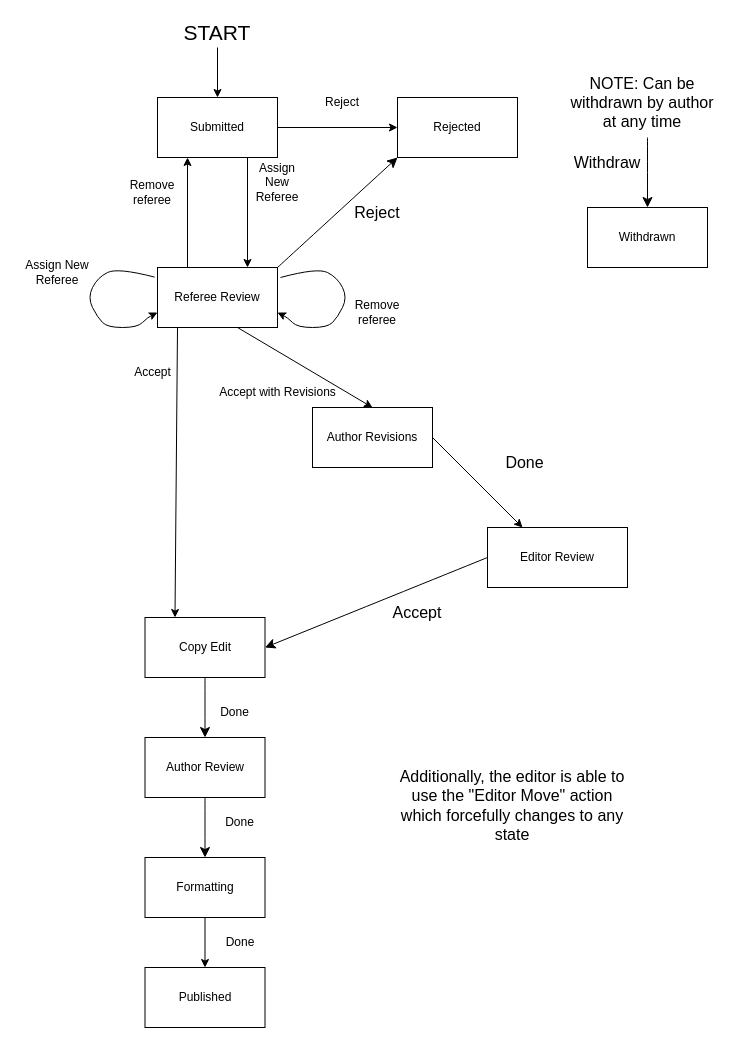
This is docs/Manuscript_FSM.drawio from AthenaKouKou/journal, a draw.io file, before an edit. Source tidied: cells renumbered, new cells numbered last; positions are measured from the earlier drawing's top-left corner, leaving out a move shared by most shapes. Both pictures are drawn from the tidied source at 100%, with x=0, y=0 at pixel (17, 17).
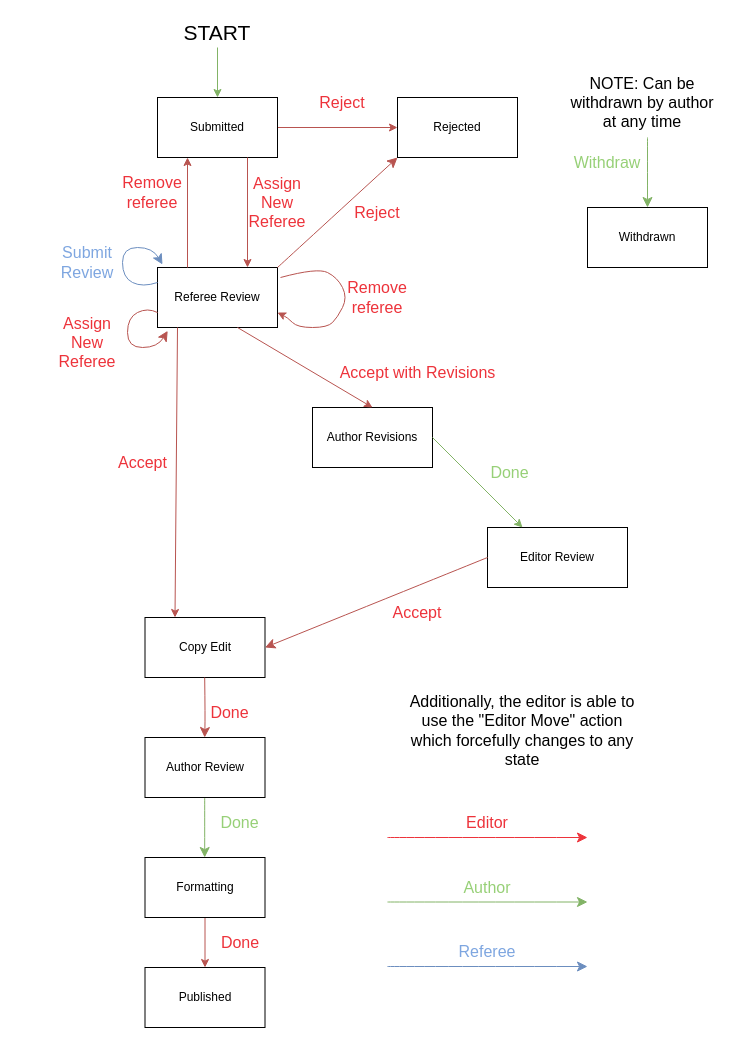
The same diagram, later.

The change refers to these unchanged cells:
```xml
<mxCell id="2" value="Referee Review" style="rounded=0;whiteSpace=wrap;html=1;" parent="1" vertex="1">
  <mxGeometry x="140" y="250" width="120" height="60" as="geometry" />
</mxCell>
<mxCell id="3" value="&lt;div&gt;Author Revisions&lt;/div&gt;" style="rounded=0;whiteSpace=wrap;html=1;" parent="1" vertex="1">
  <mxGeometry x="295" y="390" width="120" height="60" as="geometry" />
</mxCell>
<mxCell id="8" value="Editor Review" style="rounded=0;whiteSpace=wrap;html=1;" parent="1" vertex="1">
  <mxGeometry x="470" y="510" width="140" height="60" as="geometry" />
</mxCell>
<mxCell id="13" value="Submitted" style="rounded=0;whiteSpace=wrap;html=1;" parent="1" vertex="1">
  <mxGeometry x="140" y="80" width="120" height="60" as="geometry" />
</mxCell>
<mxCell id="14" value="Rejected" style="rounded=0;whiteSpace=wrap;html=1;" parent="1" vertex="1">
  <mxGeometry x="380" y="80" width="120" height="60" as="geometry" />
</mxCell>
<mxCell id="22" value="Copy Edit" style="rounded=0;whiteSpace=wrap;html=1;" parent="1" vertex="1">
  <mxGeometry x="127.5" y="600" width="120" height="60" as="geometry" />
</mxCell>
<mxCell id="24" value="Formatting" style="rounded=0;whiteSpace=wrap;html=1;" parent="1" vertex="1">
  <mxGeometry x="127.5" y="840" width="120" height="60" as="geometry" />
</mxCell>
<mxCell id="25" value="Published" style="rounded=0;whiteSpace=wrap;html=1;" parent="1" vertex="1">
  <mxGeometry x="127.5" y="950" width="120" height="60" as="geometry" />
</mxCell>
<mxCell id="42" value="Author Review" style="rounded=0;whiteSpace=wrap;html=1;" parent="1" vertex="1">
  <mxGeometry x="127.5" y="720" width="120" height="60" as="geometry" />
</mxCell>
```

The edit, as a diff of the source:
```diff
@@
-    <mxCell id="4" style="endArrow=classic;html=1;rounded=0;exitX=0.25;exitY=1;exitDx=0;exitDy=0;entryX=0.25;entryY=0;entryDx=0;entryDy=0;" parent="1" edge="1" target="22">
+    <mxCell id="4" style="endArrow=classic;html=1;rounded=0;exitX=0.25;exitY=1;exitDx=0;exitDy=0;entryX=0.25;entryY=0;entryDx=0;entryDy=0;fillColor=#f8cecc;strokeColor=#b85450;" parent="1" edge="1" target="22">
       <mxGeometry relative="1" as="geometry">
         <mxPoint x="160" y="310" as="sourcePoint" />
       </mxGeometry>
     </mxCell>
-    <mxCell id="5" style="endArrow=classic;html=1;rounded=0;entryX=0.5;entryY=0;entryDx=0;entryDy=0;exitX=0.75;exitY=1;exitDx=0;exitDy=0;" parent="1" edge="1" target="3">
+    <mxCell id="5" style="endArrow=classic;html=1;rounded=0;entryX=0.5;entryY=0;entryDx=0;entryDy=0;exitX=0.75;exitY=1;exitDx=0;exitDy=0;fillColor=#f8cecc;strokeColor=#b85450;" parent="1" edge="1" target="3">
       <mxGeometry relative="1" as="geometry">
         <mxPoint x="220" y="310" as="sourcePoint" />
       </mxGeometry>
     </mxCell>
-    <mxCell id="6" value="Accept with Revisions" style="text;html=1;align=center;verticalAlign=middle;strokeColor=none;fillColor=none;" parent="1" vertex="1">
-      <mxGeometry x="190" y="360" width="140" height="30" as="geometry" />
+    <mxCell id="6" value="Accept with Revisions" style="text;html=1;align=center;verticalAlign=middle;strokeColor=none;fillColor=none;fontSize=16;fontColor=#ED333B;" parent="1" vertex="1">
+      <mxGeometry x="310" y="340" width="180" height="30" as="geometry" />
     </mxCell>
-    <mxCell id="7" value="&lt;div&gt;Accept&lt;/div&gt;" style="text;html=1;align=center;verticalAlign=middle;strokeColor=none;fillColor=none;" parent="1" vertex="1">
-      <mxGeometry x="105" y="340" width="60" height="30" as="geometry" />
+    <mxCell id="7" value="&lt;div style=&quot;font-size: 16px;&quot;&gt;Accept&lt;/div&gt;" style="text;html=1;align=center;verticalAlign=middle;strokeColor=none;fillColor=none;fontSize=16;fontColor=#ED333B;" parent="1" vertex="1">
+      <mxGeometry x="90" y="430" width="70" height="30" as="geometry" />
     </mxCell>
@@
-    <mxCell id="9" style="endArrow=classic;html=1;rounded=0;entryX=0.25;entryY=0;entryDx=0;entryDy=0;exitX=1;exitY=0.5;exitDx=0;exitDy=0;" parent="1" edge="1" source="3" target="8">
+    <mxCell id="9" style="endArrow=classic;html=1;rounded=0;entryX=0.25;entryY=0;entryDx=0;entryDy=0;exitX=1;exitY=0.5;exitDx=0;exitDy=0;fillColor=#d5e8d4;strokeColor=#82b366;" parent="1" edge="1" source="3" target="8">
       <mxGeometry relative="1" as="geometry" />
     </mxCell>
-    <mxCell id="10" style="curved=1;endArrow=classic;html=1;rounded=0;exitX=-0.024;exitY=0.16;exitDx=0;exitDy=0;entryX=0;entryY=0.75;entryDx=0;entryDy=0;exitPerimeter=0;" parent="1" edge="1" source="2" target="2">
-      <mxGeometry relative="1" as="geometry">
-        <Array as="points">
-          <mxPoint x="100" y="250" />
-          <mxPoint x="80" y="260" />
-          <mxPoint x="70" y="280" />
-          <mxPoint x="80" y="300" />
-          <mxPoint x="90" y="310" />
-          <mxPoint x="120" y="310" />
-          <mxPoint x="130" y="300" />
-        </Array>
-      </mxGeometry>
-    </mxCell>
-    <mxCell id="11" value="Assign New Referee" style="text;html=1;align=center;verticalAlign=middle;whiteSpace=wrap;rounded=0;" parent="1" vertex="1">
-      <mxGeometry y="240" width="80" height="30" as="geometry" />
+    <mxCell id="11" value="Assign New Referee" style="text;html=1;align=center;verticalAlign=middle;whiteSpace=wrap;rounded=0;fontSize=16;fontColor=#ED333B;" parent="1" vertex="1">
+      <mxGeometry x="30" y="310" width="80" height="30" as="geometry" />
     </mxCell>
-    <mxCell id="12" style="edgeStyle=orthogonalEdgeStyle;rounded=0;jettySize=auto;html=1;entryX=0;entryY=0.5;entryDx=0;entryDy=0;" parent="1" edge="1" source="13" target="14">
+    <mxCell id="12" style="edgeStyle=orthogonalEdgeStyle;rounded=0;jettySize=auto;html=1;entryX=0;entryY=0.5;entryDx=0;entryDy=0;fillColor=#f8cecc;strokeColor=#b85450;" parent="1" edge="1" source="13" target="14">
       <mxGeometry relative="1" as="geometry" />
     </mxCell>
@@
-    <mxCell id="15" value="&lt;div&gt;Reject&lt;/div&gt;" style="text;html=1;align=center;verticalAlign=middle;whiteSpace=wrap;rounded=0;" parent="1" vertex="1">
+    <mxCell id="15" value="&lt;div style=&quot;font-size: 16px;&quot;&gt;Reject&lt;/div&gt;" style="text;html=1;align=center;verticalAlign=middle;whiteSpace=wrap;rounded=0;fontSize=16;fontColor=#ED333B;" parent="1" vertex="1">
       <mxGeometry x="295" y="70" width="60" height="30" as="geometry" />
     </mxCell>
-    <mxCell id="16" style="endArrow=classic;html=1;rounded=0;exitX=0.75;exitY=1;exitDx=0;exitDy=0;entryX=0.75;entryY=0;entryDx=0;entryDy=0;" parent="1" edge="1" target="2">
+    <mxCell id="16" style="endArrow=classic;html=1;rounded=0;exitX=0.75;exitY=1;exitDx=0;exitDy=0;entryX=0.75;entryY=0;entryDx=0;entryDy=0;fillColor=#f8cecc;strokeColor=#b85450;" parent="1" edge="1" target="2">
       <mxGeometry relative="1" as="geometry">
         <mxPoint x="230" y="140" as="sourcePoint" />
       </mxGeometry>
     </mxCell>
-    <mxCell id="17" style="endArrow=classic;html=1;rounded=0;exitX=0.25;exitY=0;exitDx=0;exitDy=0;entryX=0.25;entryY=1;entryDx=0;entryDy=0;" parent="1" edge="1" source="2">
+    <mxCell id="17" style="endArrow=classic;html=1;rounded=0;exitX=0.25;exitY=0;exitDx=0;exitDy=0;entryX=0.25;entryY=1;entryDx=0;entryDy=0;fillColor=#f8cecc;strokeColor=#b85450;" parent="1" edge="1" source="2">
       <mxGeometry relative="1" as="geometry">
         <mxPoint x="170" y="140" as="targetPoint" />
       </mxGeometry>
     </mxCell>
-    <mxCell id="18" value="Assign New Referee" style="text;html=1;align=center;verticalAlign=middle;whiteSpace=wrap;rounded=0;" parent="1" vertex="1">
-      <mxGeometry x="230" y="150" width="60" height="30" as="geometry" />
+    <mxCell id="18" value="Assign New Referee" style="text;html=1;align=center;verticalAlign=middle;whiteSpace=wrap;rounded=0;fontSize=16;fontColor=#ED333B;" parent="1" vertex="1">
+      <mxGeometry x="230" y="170" width="60" height="30" as="geometry" />
     </mxCell>
-    <mxCell id="19" value="Remove referee" style="text;html=1;align=center;verticalAlign=middle;whiteSpace=wrap;rounded=0;" parent="1" vertex="1">
+    <mxCell id="19" value="Remove referee" style="text;html=1;align=center;verticalAlign=middle;whiteSpace=wrap;rounded=0;fontSize=16;fontColor=#ED333B;" parent="1" vertex="1">
       <mxGeometry x="100" y="150" width="70" height="50" as="geometry" />
     </mxCell>
-    <mxCell id="20" value="&lt;div&gt;Remove referee&lt;/div&gt;" style="text;html=1;align=center;verticalAlign=middle;whiteSpace=wrap;rounded=0;" parent="1" vertex="1">
-      <mxGeometry x="330" y="280" width="60" height="30" as="geometry" />
+    <mxCell id="20" value="&lt;div style=&quot;font-size: 16px;&quot;&gt;Remove referee&lt;/div&gt;" style="text;html=1;align=center;verticalAlign=middle;whiteSpace=wrap;rounded=0;fontSize=16;fontColor=#ED333B;" parent="1" vertex="1">
+      <mxGeometry x="330" y="265" width="60" height="30" as="geometry" />
     </mxCell>
-    <mxCell id="21" style="edgeStyle=none;curved=1;rounded=0;jettySize=auto;html=1;exitX=0.5;exitY=1;exitDx=0;exitDy=0;entryX=0.5;entryY=0;entryDx=0;entryDy=0;fontSize=12;startSize=8;endSize=8;" parent="1" edge="1" source="22" target="42">
-      <mxGeometry relative="1" as="geometry" />
+    <mxCell id="21" style="edgeStyle=none;curved=1;rounded=0;orthogonalLoop=1;jettySize=auto;html=1;exitX=0.5;exitY=1;exitDx=0;exitDy=0;entryX=0.5;entryY=0;entryDx=0;entryDy=0;fontSize=12;startSize=8;endSize=8;fillColor=#d5e8d4;strokeColor=#82b366;" parent="1" edge="1">
+      <mxGeometry relative="1" as="geometry">
+        <mxPoint x="187.2" y="780" as="sourcePoint" />
+        <mxPoint x="187.2" y="840" as="targetPoint" />
+      </mxGeometry>
     </mxCell>
@@
-    <mxCell id="23" style="edgeStyle=orthogonalEdgeStyle;rounded=0;jettySize=auto;html=1;entryX=0.5;entryY=0;entryDx=0;entryDy=0;" parent="1" edge="1" source="24" target="25">
+    <mxCell id="23" style="edgeStyle=orthogonalEdgeStyle;rounded=0;jettySize=auto;html=1;entryX=0.5;entryY=0;entryDx=0;entryDy=0;fillColor=#f8cecc;strokeColor=#b85450;" parent="1" edge="1" source="24" target="25">
       <mxGeometry relative="1" as="geometry" />
     </mxCell>
@@
-    <mxCell id="26" value="Done" style="text;html=1;align=center;verticalAlign=middle;whiteSpace=wrap;rounded=0;" parent="1" vertex="1">
-      <mxGeometry x="175" y="680" width="85" height="30" as="geometry" />
+    <mxCell id="26" value="Done" style="text;html=1;align=center;verticalAlign=middle;whiteSpace=wrap;rounded=0;fontSize=16;fontColor=#97D077;" parent="1" vertex="1">
+      <mxGeometry x="180" y="790" width="85" height="30" as="geometry" />
     </mxCell>
-    <mxCell id="27" value="Done" style="text;html=1;align=center;verticalAlign=middle;whiteSpace=wrap;rounded=0;" parent="1" vertex="1">
+    <mxCell id="27" value="Done" style="text;html=1;align=center;verticalAlign=middle;whiteSpace=wrap;rounded=0;fontSize=16;fontColor=#ED333B;" parent="1" vertex="1">
       <mxGeometry x="192.5" y="910" width="60" height="30" as="geometry" />
     </mxCell>
-    <mxCell id="28" style="endArrow=classic;html=1;rounded=0;entryX=0.5;entryY=0;entryDx=0;entryDy=0;" parent="1" edge="1" target="13">
+    <mxCell id="28" style="endArrow=classic;html=1;rounded=0;entryX=0.5;entryY=0;entryDx=0;entryDy=0;fontColor=#97D077;fillColor=#d5e8d4;strokeColor=#82b366;" parent="1" edge="1" target="13">
       <mxGeometry relative="1" as="geometry">
         <mxPoint x="200" y="30" as="sourcePoint" />
       </mxGeometry>
     </mxCell>
@@
-    <mxCell id="30" style="curved=1;endArrow=classic;html=1;rounded=0;exitX=-0.024;exitY=0.16;exitDx=0;exitDy=0;entryX=0;entryY=0.75;entryDx=0;entryDy=0;exitPerimeter=0;" parent="1" edge="1">
+    <mxCell id="30" style="curved=1;endArrow=classic;html=1;rounded=0;exitX=-0.024;exitY=0.16;exitDx=0;exitDy=0;entryX=0;entryY=0.75;entryDx=0;entryDy=0;exitPerimeter=0;fillColor=#f8cecc;strokeColor=#b85450;" parent="1" edge="1">
       <mxGeometry relative="1" as="geometry">
         <mxPoint x="263" y="260" as="sourcePoint" />
         <mxPoint x="260" y="295" as="targetPoint" />
         <Array as="points">
           <mxPoint x="300" y="250" />
           <mxPoint x="320" y="260" />
           <mxPoint x="330" y="280" />
           <mxPoint x="320" y="300" />
           <mxPoint x="310" y="310" />
           <mxPoint x="280" y="310" />
           <mxPoint x="270" y="300" />
         </Array>
       </mxGeometry>
     </mxCell>
-    <mxCell id="31" style="endArrow=classic;html=1;rounded=0;fontSize=12;startSize=8;endSize=8;curved=1;" parent="1" edge="1">
+    <mxCell id="31" style="endArrow=classic;html=1;rounded=0;fontSize=12;startSize=8;endSize=8;curved=1;fillColor=#d5e8d4;strokeColor=#82b366;" parent="1" edge="1">
       <mxGeometry relative="1" as="geometry">
         <mxPoint x="630" y="120" as="sourcePoint" />
         <mxPoint x="630" y="190" as="targetPoint" />
       </mxGeometry>
     </mxCell>
@@
-    <mxCell id="33" style="endArrow=classic;html=1;rounded=0;fontSize=12;startSize=8;endSize=8;curved=1;entryX=0;entryY=1;entryDx=0;entryDy=0;" parent="1" edge="1" target="14">
+    <mxCell id="33" style="endArrow=classic;html=1;rounded=0;fontSize=12;startSize=8;endSize=8;curved=1;entryX=0;entryY=1;entryDx=0;entryDy=0;fillColor=#f8cecc;strokeColor=#b85450;" parent="1" edge="1" target="14">
       <mxGeometry relative="1" as="geometry">
         <mxPoint x="260" y="250" as="sourcePoint" />
       </mxGeometry>
     </mxCell>
-    <mxCell id="34" value="Reject" style="text;html=1;align=center;verticalAlign=middle;whiteSpace=wrap;rounded=0;fontSize=16;" parent="1" vertex="1">
+    <mxCell id="34" value="Reject" style="text;html=1;align=center;verticalAlign=middle;whiteSpace=wrap;rounded=0;fontSize=16;fontColor=#ED333B;" parent="1" vertex="1">
       <mxGeometry x="330" y="180" width="60" height="30" as="geometry" />
     </mxCell>
@@
-    <mxCell id="36" value="Withdraw" style="text;html=1;align=center;verticalAlign=middle;whiteSpace=wrap;rounded=0;fontSize=16;" parent="1" vertex="1">
+    <mxCell id="36" value="Withdraw" style="text;html=1;align=center;verticalAlign=middle;whiteSpace=wrap;rounded=0;fontSize=16;fontColor=#97D077;" parent="1" vertex="1">
       <mxGeometry x="560" y="130" width="60" height="30" as="geometry" />
     </mxCell>
-    <mxCell id="37" value="Done" style="text;html=1;align=center;verticalAlign=middle;whiteSpace=wrap;rounded=0;fontSize=16;" parent="1" vertex="1">
-      <mxGeometry x="455" y="430" width="105" height="30" as="geometry" />
+    <mxCell id="37" value="Done" style="text;html=1;align=center;verticalAlign=middle;whiteSpace=wrap;rounded=0;fontSize=16;fontColor=#97D077;" parent="1" vertex="1">
+      <mxGeometry x="440" y="440" width="105" height="30" as="geometry" />
     </mxCell>
-    <mxCell id="38" style="endArrow=classic;html=1;rounded=0;fontSize=12;startSize=8;endSize=8;curved=1;exitX=0;exitY=0.5;exitDx=0;exitDy=0;entryX=1;entryY=0.5;entryDx=0;entryDy=0;" parent="1" edge="1" source="8" target="22">
+    <mxCell id="38" style="endArrow=classic;html=1;rounded=0;fontSize=12;startSize=8;endSize=8;curved=1;exitX=0;exitY=0.5;exitDx=0;exitDy=0;entryX=1;entryY=0.5;entryDx=0;entryDy=0;fillColor=#f8cecc;strokeColor=#b85450;" parent="1" edge="1" source="8" target="22">
       <mxGeometry relative="1" as="geometry" />
     </mxCell>
-    <mxCell id="39" value="&lt;div&gt;Accept&lt;/div&gt;" style="text;html=1;align=center;verticalAlign=middle;whiteSpace=wrap;rounded=0;fontSize=16;" parent="1" vertex="1">
+    <mxCell id="39" value="&lt;div&gt;Accept&lt;/div&gt;" style="text;html=1;align=center;verticalAlign=middle;whiteSpace=wrap;rounded=0;fontSize=16;fontColor=#ED333B;" parent="1" vertex="1">
       <mxGeometry x="370" y="580" width="60" height="30" as="geometry" />
     </mxCell>
-    <mxCell id="40" value="&amp;nbsp;" style="text;whiteSpace=wrap;html=1;" parent="1" vertex="1">
-      <mxGeometry x="120" y="350" width="40" height="40" as="geometry" />
-    </mxCell>
-    <mxCell id="41" style="edgeStyle=none;curved=1;rounded=0;jettySize=auto;html=1;exitX=0.5;exitY=1;exitDx=0;exitDy=0;entryX=0.5;entryY=0;entryDx=0;entryDy=0;fontSize=12;startSize=8;endSize=8;" parent="1" edge="1" source="42" target="24">
-      <mxGeometry relative="1" as="geometry" />
+    <mxCell id="41" style="edgeStyle=none;curved=1;rounded=0;orthogonalLoop=1;jettySize=auto;html=1;exitX=0.5;exitY=1;exitDx=0;exitDy=0;entryX=0.5;entryY=0;entryDx=0;entryDy=0;fontSize=12;startSize=8;endSize=8;fillColor=#f8cecc;strokeColor=#b85450;" parent="1" edge="1">
+      <mxGeometry relative="1" as="geometry">
+        <mxPoint x="187.2" y="660" as="sourcePoint" />
+        <mxPoint x="187.2" y="720" as="targetPoint" />
+        <Array as="points">
+          <mxPoint x="187.7" y="700" />
+        </Array>
+      </mxGeometry>
     </mxCell>
@@
-    <mxCell id="43" value="Done" style="text;html=1;align=center;verticalAlign=middle;whiteSpace=wrap;rounded=0;" parent="1" vertex="1">
-      <mxGeometry x="180" y="790" width="85" height="30" as="geometry" />
+    <mxCell id="43" value="Done" style="text;html=1;align=center;verticalAlign=middle;whiteSpace=wrap;rounded=0;fontSize=16;fontColor=#ED333B;" parent="1" vertex="1">
+      <mxGeometry x="170" y="680" width="85" height="30" as="geometry" />
     </mxCell>
@@
     <mxCell id="45" value="Additionally, the editor is able to use the &quot;Editor Move&quot; action which forcefully changes to any state" style="text;html=1;align=center;verticalAlign=middle;whiteSpace=wrap;rounded=0;fontSize=16;" parent="1" vertex="1">
-      <mxGeometry x="380" y="735" width="230" height="105" as="geometry" />
+      <mxGeometry x="390" y="660" width="230" height="105" as="geometry" />
     </mxCell>
+    <mxCell id="10" style="curved=1;endArrow=classic;html=1;rounded=0;fontSize=12;startSize=8;endSize=8;exitX=0;exitY=0.75;exitDx=0;exitDy=0;entryX=0.085;entryY=1.056;entryDx=0;entryDy=0;entryPerimeter=0;fillColor=#f8cecc;strokeColor=#b85450;" parent="1" edge="1" source="2" target="2">
+      <mxGeometry relative="1" as="geometry">
+        <Array as="points">
+          <mxPoint x="130" y="290" />
+          <mxPoint x="110" y="300" />
+          <mxPoint x="110" y="330" />
+          <mxPoint x="140" y="330" />
+        </Array>
+      </mxGeometry>
+    </mxCell>
+    <mxCell id="46" style="curved=1;endArrow=classic;html=1;rounded=0;fontSize=12;startSize=8;endSize=8;exitX=0;exitY=0.25;exitDx=0;exitDy=0;entryX=0.085;entryY=1.056;entryDx=0;entryDy=0;entryPerimeter=0;fontColor=#7EA6E0;fillColor=#dae8fc;strokeColor=#6c8ebf;" parent="1" edge="1" source="2">
+      <mxGeometry relative="1" as="geometry">
+        <mxPoint x="145" y="247" as="targetPoint" />
+        <Array as="points">
+          <mxPoint x="125" y="270" />
+          <mxPoint x="105" y="260" />
+          <mxPoint x="105" y="230" />
+          <mxPoint x="135" y="230" />
+        </Array>
+      </mxGeometry>
+    </mxCell>
+    <mxCell id="47" value="Submit Review" style="text;html=1;align=center;verticalAlign=middle;whiteSpace=wrap;rounded=0;fontSize=16;fontColor=#7EA6E0;" parent="1" vertex="1">
+      <mxGeometry x="40" y="230" width="60" height="30" as="geometry" />
+    </mxCell>
+    <mxCell id="48" style="endArrow=classic;html=1;rounded=0;fontSize=12;startSize=8;endSize=8;curved=1;fontColor=#ED333B;labelBackgroundColor=default;strokeColor=#ED333B;" parent="1" edge="1">
+      <mxGeometry relative="1" as="geometry">
+        <mxPoint x="370" y="820" as="sourcePoint" />
+        <mxPoint x="570" y="820" as="targetPoint" />
+      </mxGeometry>
+    </mxCell>
+    <mxCell id="49" value="Editor" style="text;html=1;align=center;verticalAlign=middle;whiteSpace=wrap;rounded=0;fontSize=16;fontColor=#ED333B;" parent="1" vertex="1">
+      <mxGeometry x="440" y="790" width="60" height="30" as="geometry" />
+    </mxCell>
+    <mxCell id="50" style="endArrow=classic;html=1;rounded=0;fontSize=12;startSize=8;endSize=8;curved=1;fillColor=#d5e8d4;strokeColor=#82b366;" parent="1" edge="1">
+      <mxGeometry relative="1" as="geometry">
+        <mxPoint x="370" y="884.5" as="sourcePoint" />
+        <mxPoint x="570" y="884.5" as="targetPoint" />
+      </mxGeometry>
+    </mxCell>
+    <mxCell id="51" value="Author" style="text;html=1;align=center;verticalAlign=middle;whiteSpace=wrap;rounded=0;fontSize=16;fontColor=#97D077;" parent="1" vertex="1">
+      <mxGeometry x="440" y="854.5" width="60" height="30" as="geometry" />
+    </mxCell>
+    <mxCell id="52" style="endArrow=classic;html=1;rounded=0;fontSize=12;startSize=8;endSize=8;curved=1;fillColor=#dae8fc;strokeColor=#6c8ebf;" parent="1" edge="1">
+      <mxGeometry relative="1" as="geometry">
+        <mxPoint x="370" y="949" as="sourcePoint" />
+        <mxPoint x="570" y="949" as="targetPoint" />
+      </mxGeometry>
+    </mxCell>
+    <mxCell id="53" value="Referee" style="text;html=1;align=center;verticalAlign=middle;whiteSpace=wrap;rounded=0;fontSize=16;fontColor=#7EA6E0;" parent="1" vertex="1">
+      <mxGeometry x="440" y="919" width="60" height="30" as="geometry" />
+    </mxCell>
```
